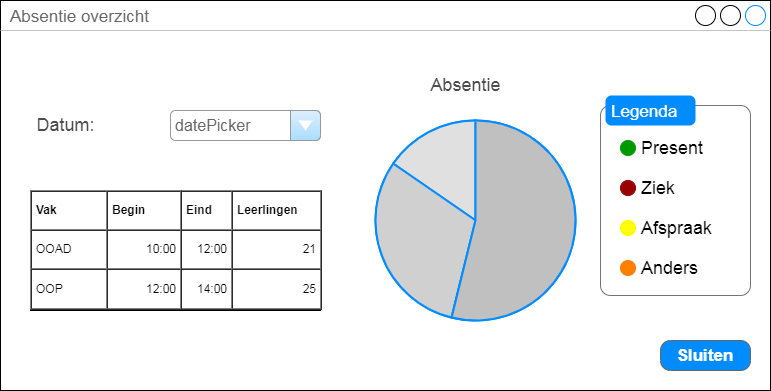
Above: diagram/design/images/AbsenceOverview.png in software-strijders/Mytendance (draw.io), before the change. Source tidied: cells renumbered, new cells last; positions are measured from the earlier drawing's top-left corner, leaving out a move shared by most shapes.
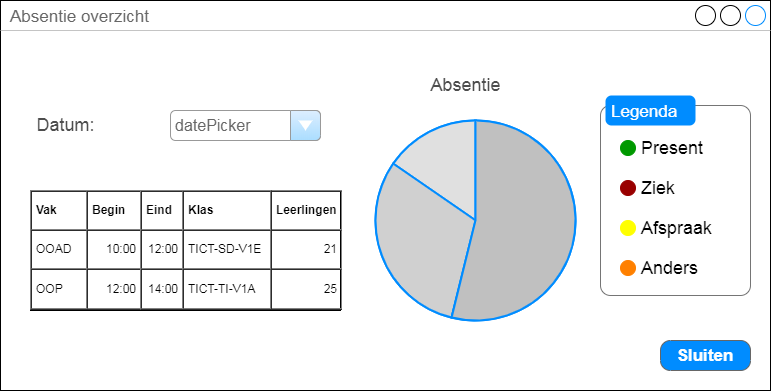
After the change.

Commit message:
Added another column (klas) to the table overview

Change to the diagram source:
```diff
@@ -38,14 +38,14 @@
     <mxCell id="13" value="&lt;font style=&quot;font-size: 18px&quot;&gt;Anders&lt;/font&gt;" style="shape=ellipse;fillColor=#FF8000;strokeColor=#FF8000;html=1;align=left;spacingLeft=4;fontSize=17;labelPosition=right;shadow=0;" parent="8" vertex="1">
       <mxGeometry x="20" y="165" width="15" height="15" as="geometry" />
     </mxCell>
-    <mxCell id="14" style="group;" parent="1" vertex="1">
-      <mxGeometry x="30" y="190" width="290" height="120" as="geometry" />
-    </mxCell>
+    <mxCell id="16" value="&lt;table cellpadding=&quot;4&quot; cellspacing=&quot;0&quot; border=&quot;1&quot; style=&quot;font-size: 1em ; width: 100% ; height: 100%&quot;&gt;&lt;tbody&gt;&lt;tr&gt;&lt;th&gt;Vak&lt;/th&gt;&lt;th&gt;Begin&lt;/th&gt;&lt;/tr&gt;&lt;tr&gt;&lt;td&gt;OOAD&lt;/td&gt;&lt;td style=&quot;text-align: right&quot;&gt;10:00&lt;/td&gt;&lt;/tr&gt;&lt;tr&gt;&lt;td&gt;OOP&lt;/td&gt;&lt;td style=&quot;text-align: right&quot;&gt;12:00&lt;/td&gt;&lt;/tr&gt;&lt;/tbody&gt;&lt;/table&gt; " style="verticalAlign=top;align=left;overflow=fill;fontSize=12;fontFamily=Helvetica;html=1;" parent="1" vertex="1">
+      <mxGeometry x="30" y="190" width="110" height="120" as="geometry" />
+    </mxCell>
+    <mxCell id="17" value="&lt;table cellpadding=&quot;4&quot; cellspacing=&quot;0&quot; border=&quot;1&quot; style=&quot;font-size: 1em ; width: 100% ; height: 100%&quot;&gt;&lt;tbody&gt;&lt;tr&gt;&lt;th&gt;&lt;br&gt;&lt;/th&gt;&lt;th&gt;Leerlingen&lt;/th&gt;&lt;/tr&gt;&lt;tr&gt;&lt;td style=&quot;text-align: right&quot;&gt;&lt;br&gt;&lt;/td&gt;&lt;td style=&quot;text-align: right&quot;&gt;21&lt;/td&gt;&lt;/tr&gt;&lt;tr&gt;&lt;td style=&quot;text-align: right&quot;&gt;&lt;br&gt;&lt;/td&gt;&lt;td style=&quot;text-align: right&quot;&gt;25&lt;/td&gt;&lt;/tr&gt;&lt;/tbody&gt;&lt;/table&gt; " style="verticalAlign=top;align=left;overflow=fill;fontSize=12;fontFamily=Helvetica;html=1;" parent="1" vertex="1">
+      <mxGeometry x="260" y="190" width="80" height="120" as="geometry" />
+    </mxCell>
-    <mxCell id="15" value="&lt;table cellpadding=&quot;4&quot; cellspacing=&quot;0&quot; border=&quot;1&quot; style=&quot;font-size: 1em ; width: 100% ; height: 100%&quot;&gt;&lt;tbody&gt;&lt;tr&gt;&lt;th&gt;Eind&lt;/th&gt;&lt;th&gt;Leerlingen&lt;/th&gt;&lt;/tr&gt;&lt;tr&gt;&lt;td style=&quot;text-align: right&quot;&gt;12:00&lt;/td&gt;&lt;td style=&quot;text-align: right&quot;&gt;21&lt;/td&gt;&lt;/tr&gt;&lt;tr&gt;&lt;td style=&quot;text-align: right&quot;&gt;14:00&lt;/td&gt;&lt;td style=&quot;text-align: right&quot;&gt;25&lt;/td&gt;&lt;/tr&gt;&lt;/tbody&gt;&lt;/table&gt; " style="verticalAlign=top;align=left;overflow=fill;fontSize=12;fontFamily=Helvetica;html=1;" parent="14" vertex="1">
-      <mxGeometry x="150" width="140" height="120" as="geometry" />
+    <mxCell id="15" value="&lt;table cellpadding=&quot;4&quot; cellspacing=&quot;0&quot; border=&quot;1&quot; style=&quot;font-size: 1em ; width: 100% ; height: 100%&quot;&gt;&lt;tbody&gt;&lt;tr&gt;&lt;th&gt;Eind&lt;/th&gt;&lt;th&gt;Klas&lt;/th&gt;&lt;/tr&gt;&lt;tr&gt;&lt;td style=&quot;text-align: right&quot;&gt;12:00&lt;/td&gt;&lt;td&gt;TICT-SD-V1E&lt;/td&gt;&lt;/tr&gt;&lt;tr&gt;&lt;td style=&quot;text-align: right&quot;&gt;14:00&lt;/td&gt;&lt;td&gt;TICT-TI-V1A&lt;/td&gt;&lt;/tr&gt;&lt;/tbody&gt;&lt;/table&gt; " style="verticalAlign=top;align=left;overflow=fill;fontSize=12;fontFamily=Helvetica;html=1;" parent="1" vertex="1">
+      <mxGeometry x="140" y="190" width="130" height="120" as="geometry" />
     </mxCell>
-    <mxCell id="16" value="&lt;table cellpadding=&quot;4&quot; cellspacing=&quot;0&quot; border=&quot;1&quot; style=&quot;font-size: 1em ; width: 100% ; height: 100%&quot;&gt;&lt;tbody&gt;&lt;tr&gt;&lt;th&gt;Vak&lt;/th&gt;&lt;th&gt;Begin&lt;/th&gt;&lt;/tr&gt;&lt;tr&gt;&lt;td&gt;OOAD&lt;/td&gt;&lt;td style=&quot;text-align: right&quot;&gt;10:00&lt;/td&gt;&lt;/tr&gt;&lt;tr&gt;&lt;td&gt;OOP&lt;/td&gt;&lt;td style=&quot;text-align: right&quot;&gt;12:00&lt;/td&gt;&lt;/tr&gt;&lt;/tbody&gt;&lt;/table&gt; " style="verticalAlign=top;align=left;overflow=fill;fontSize=12;fontFamily=Helvetica;html=1;" parent="14" vertex="1">
-      <mxGeometry width="150" height="120" as="geometry" />
-    </mxCell>
   </root>
 </mxGraphModel>
```
